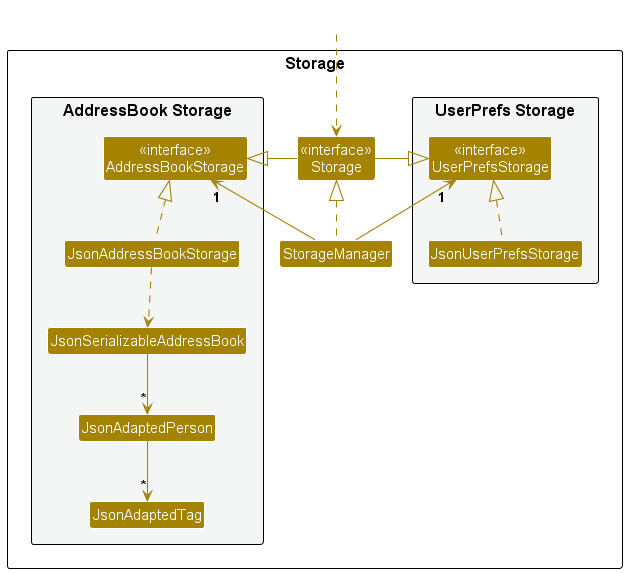
Earlier version of the PlantUML export docs/images/StorageClassDiagram.png (nus-cs2103-AY2324S2/tp).
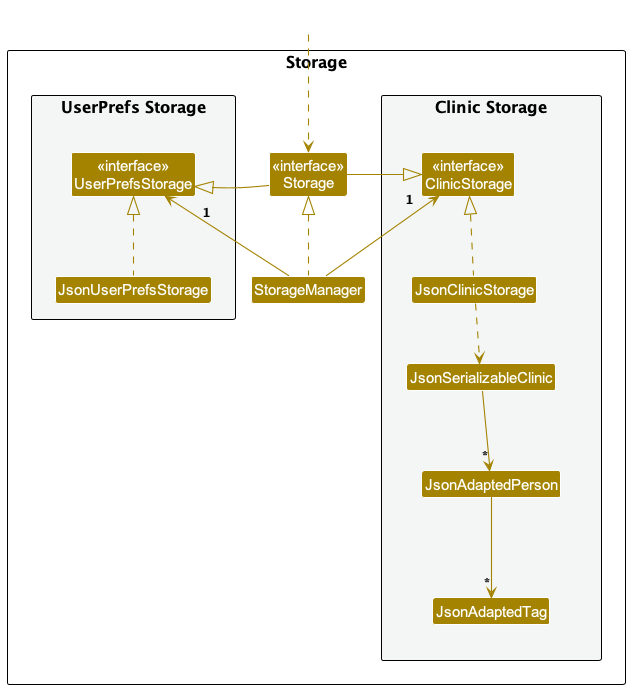
The same diagram one commit later.

Diff of the diagram source:
```diff
@@ -14,10 +14,10 @@
 Class "<<interface>>\nStorage" as Storage
 Class StorageManager
 
-package "AddressBook Storage" #F4F6F6{
-Class "<<interface>>\nAddressBookStorage" as AddressBookStorage
-Class JsonAddressBookStorage
-Class JsonSerializableAddressBook
+package "Clinic Storage" #F4F6F6{
+Class "<<interface>>\nClinicStorage" as AddressBookStorage
+Class JsonClinicStorage
+Class JsonSerializableClinic
 Class JsonAdaptedPerson
 Class JsonAdaptedTag
 }
@@ -35,9 +35,9 @@
 Storage -right-|> AddressBookStorage
 
 JsonUserPrefsStorage .up.|> UserPrefsStorage
-JsonAddressBookStorage .up.|> AddressBookStorage
-JsonAddressBookStorage ..> JsonSerializableAddressBook
-JsonSerializableAddressBook --> "*" JsonAdaptedPerson
+JsonClinicStorage .up.|> AddressBookStorage
+JsonClinicStorage ..> JsonSerializableClinic
+JsonSerializableClinic --> "*" JsonAdaptedPerson
 JsonAdaptedPerson --> "*" JsonAdaptedTag
 
 @enduml
```
